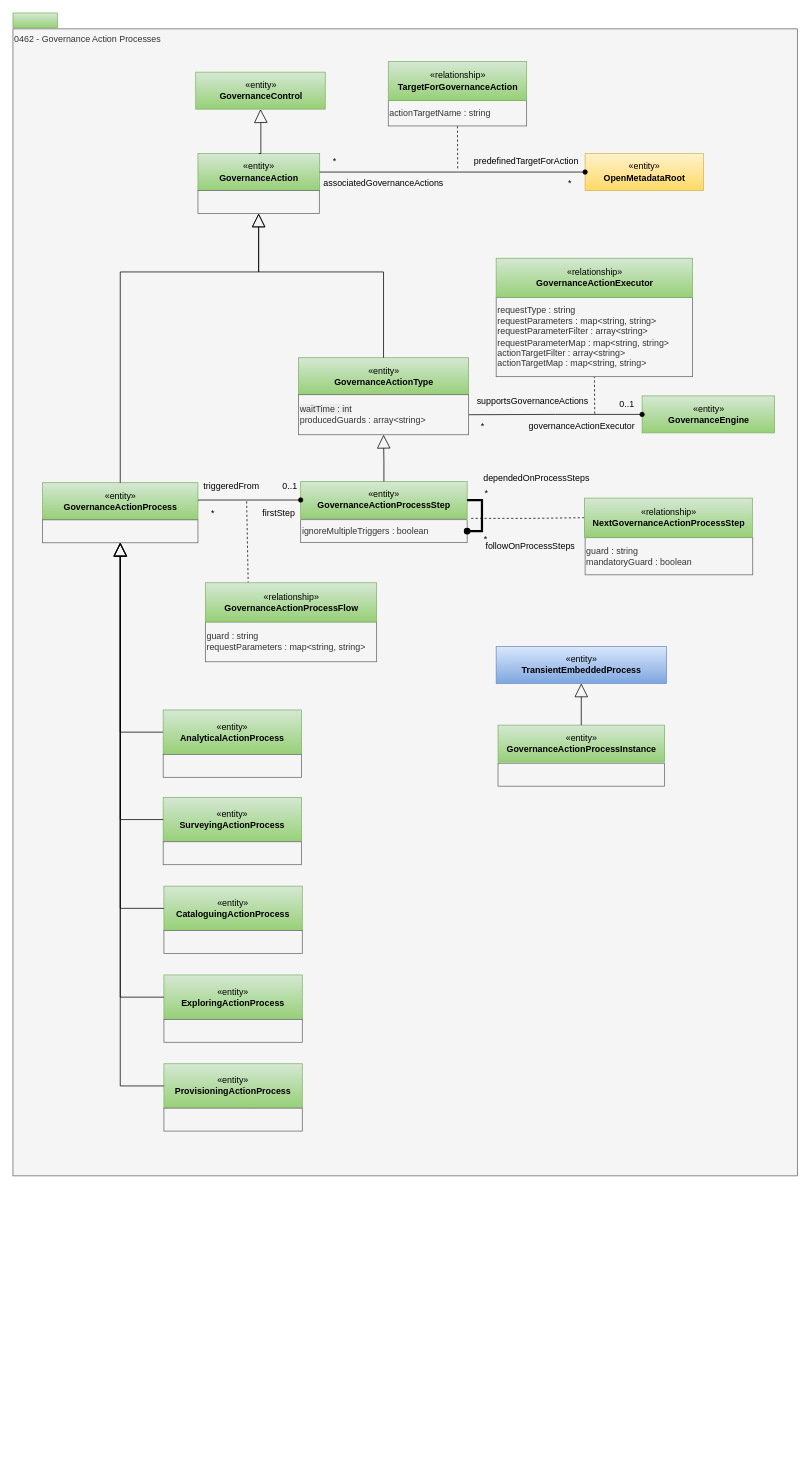
odpi/egeria-docs keeps this draw.io diagram as page "0462-Governance-Action-Processes" (22 of 30) of site/docs/types/4/area-4-governance.drawio. Above is the earlier version. Source tidied: cells renumbered, new cells numbered last; positions are measured from the earlier drawing's top-left corner, leaving out a move shared by most shapes. Both pictures are drawn from the tidied source at 74%, with x=0, y=0 at pixel (13, 13).
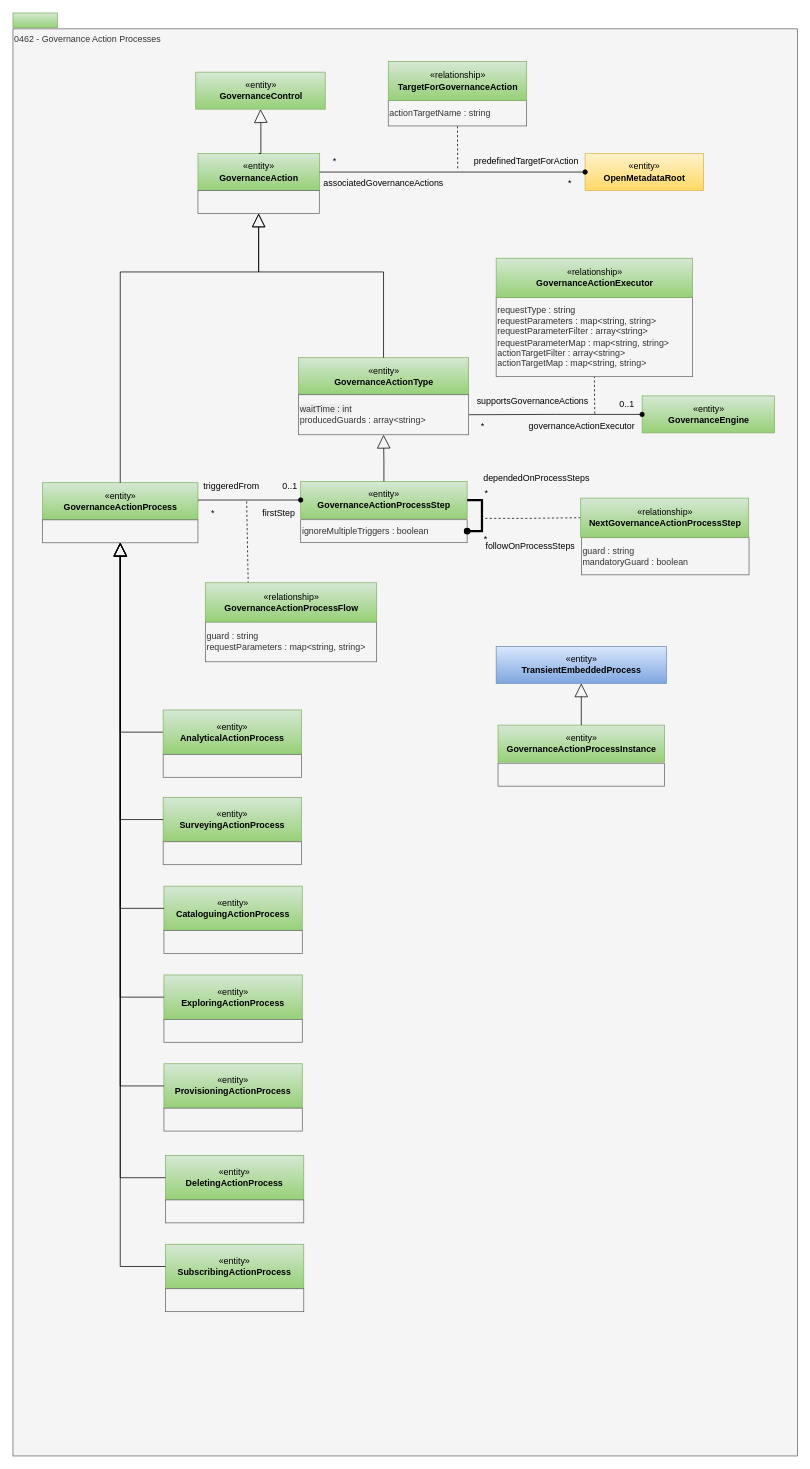
The same diagram, later.

Unchanged cells that the change refers to:
```xml
<mxCell id="21" style="rounded=0;whiteSpace=wrap;html=1;strokeColor=#666666;align=left;fillColor=#f5f5f5;fontColor=#333333;" parent="1" vertex="1">
  <mxGeometry x="40" y="685" width="210" height="31" as="geometry" />
</mxCell>
```

Diff of the diagram source:
```diff
@@
     <mxCell id="3" value="0462 - Governance Action Processes" style="rounded=0;html=1;align=left;verticalAlign=top;fillColor=#f5f5f5;fontColor=#333333;strokeColor=#666666;" parent="1" vertex="1">
-      <mxGeometry y="21.5" width="1060" height="1550" as="geometry" />
+      <mxGeometry y="21.5" width="1060" height="1928.5" as="geometry" />
     </mxCell>
@@
     <mxCell id="6" value="guard : string&lt;br&gt;mandatoryGuard : boolean&lt;br&gt;" style="rounded=0;whiteSpace=wrap;html=1;strokeColor=#666666;align=left;fillColor=#f5f5f5;fontColor=#333333;" parent="1" vertex="1">
-      <mxGeometry x="773.2" y="709.1" width="226.5" height="50.2" as="geometry" />
+      <mxGeometry x="768.2" y="709.1" width="226.5" height="50.2" as="geometry" />
     </mxCell>
@@
     <mxCell id="12" style="edgeStyle=orthogonalEdgeStyle;rounded=0;html=1;exitX=0;exitY=0.5;exitDx=0;exitDy=0;dashed=1;endArrow=none;endFill=0;jettySize=auto;" parent="1" edge="1" source="13">
       <mxGeometry relative="1" as="geometry">
-        <mxPoint x="618.8" y="683" as="targetPoint" />
+        <mxPoint x="635" y="683" as="targetPoint" />
         <Array as="points">
-          <mxPoint x="698.8" y="682" />
-          <mxPoint x="698.8" y="682" />
+          <mxPoint x="693.8" y="682" />
+          <mxPoint x="693.8" y="682" />
         </Array>
       </mxGeometry>
     </mxCell>
     <mxCell id="13" value="«relationship»&lt;br&gt;&lt;b&gt;NextGovernanceActionProcessStep&lt;/b&gt;" style="html=1;strokeColor=#82b366;align=center;fillColor=#d5e8d4;gradientColor=#97d077;" parent="1" vertex="1">
-      <mxGeometry x="772.2" y="655.6" width="227" height="53" as="geometry" />
+      <mxGeometry x="767.2" y="655.6" width="227" height="53" as="geometry" />
     </mxCell>
@@
+    <mxCell id="70" value="&lt;span style=&quot;white-space: nowrap;&quot;&gt;«entity»&lt;/span&gt;&lt;br style=&quot;white-space: nowrap;&quot;&gt;&lt;b style=&quot;color: light-dark(rgb(0, 0, 0), rgb(255, 255, 255)); white-space: nowrap; background-color: transparent;&quot;&gt;DeletingActionProcess&lt;/b&gt;" style="rounded=0;whiteSpace=wrap;html=1;fillColor=#d5e8d4;gradientColor=#97d077;strokeColor=#82b366;" parent="1" vertex="1">
+      <mxGeometry x="206" y="1544" width="187" height="60" as="geometry" />
+    </mxCell>
+    <mxCell id="71" style="rounded=0;whiteSpace=wrap;html=1;strokeColor=#666666;align=left;fillColor=#f5f5f5;fontColor=#333333;" parent="1" vertex="1">
+      <mxGeometry x="206" y="1604" width="187" height="31" as="geometry" />
+    </mxCell>
+    <mxCell id="72" value="&lt;span style=&quot;white-space: nowrap;&quot;&gt;«entity»&lt;/span&gt;&lt;br style=&quot;white-space: nowrap;&quot;&gt;&lt;b style=&quot;color: light-dark(rgb(0, 0, 0), rgb(255, 255, 255)); white-space: nowrap; background-color: transparent;&quot;&gt;SubscribingActionProcess&lt;/b&gt;" style="rounded=0;whiteSpace=wrap;html=1;fillColor=#d5e8d4;gradientColor=#97d077;strokeColor=#82b366;" parent="1" vertex="1">
+      <mxGeometry x="206" y="1664" width="187" height="60" as="geometry" />
+    </mxCell>
+    <mxCell id="73" style="rounded=0;whiteSpace=wrap;html=1;strokeColor=#666666;align=left;fillColor=#f5f5f5;fontColor=#333333;" parent="1" vertex="1">
+      <mxGeometry x="206" y="1724" width="187" height="31" as="geometry" />
+    </mxCell>
+    <mxCell id="74" style="edgeStyle=orthogonalEdgeStyle;rounded=0;jettySize=auto;html=1;endArrow=block;endFill=0;endSize=16;entryX=0.5;entryY=1;entryDx=0;entryDy=0;exitX=0;exitY=0.5;exitDx=0;exitDy=0;" parent="1" edge="1" source="72" target="21">
+      <mxGeometry relative="1" as="geometry" />
+    </mxCell>
+    <mxCell id="75" style="edgeStyle=orthogonalEdgeStyle;rounded=0;jettySize=auto;html=1;endArrow=block;endFill=0;endSize=16;entryX=0.5;entryY=1;entryDx=0;entryDy=0;exitX=0;exitY=0.5;exitDx=0;exitDy=0;" parent="1" edge="1" source="70" target="21">
+      <mxGeometry relative="1" as="geometry" />
+    </mxCell>
```
